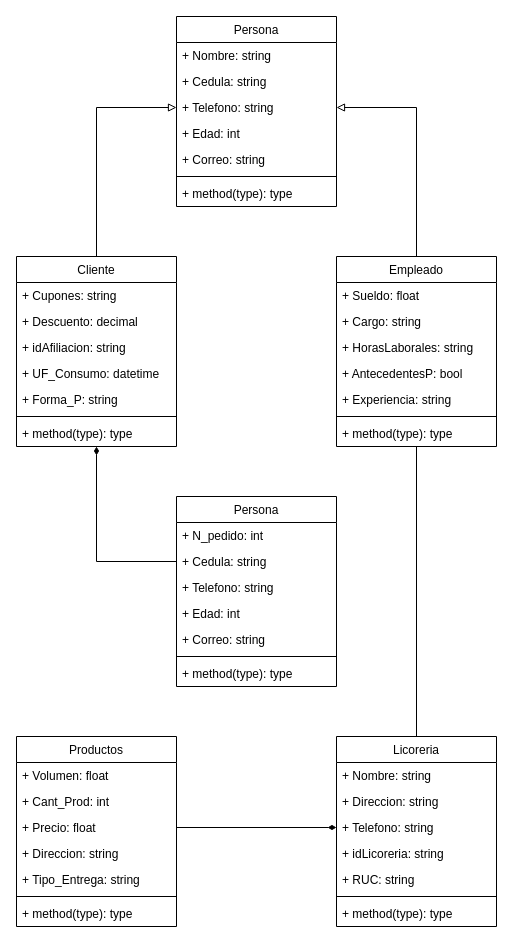
The draw.io diagram licor.drawio in espadadeabsorcion/funciones-sencillas, before the edit. Source tidied: cells renumbered, new cells numbered last; positions are measured from the earlier drawing's top-left corner, leaving out a move shared by most shapes. Both pictures are drawn from the tidied source at 100%, with x=0, y=0 at pixel (16, 16).
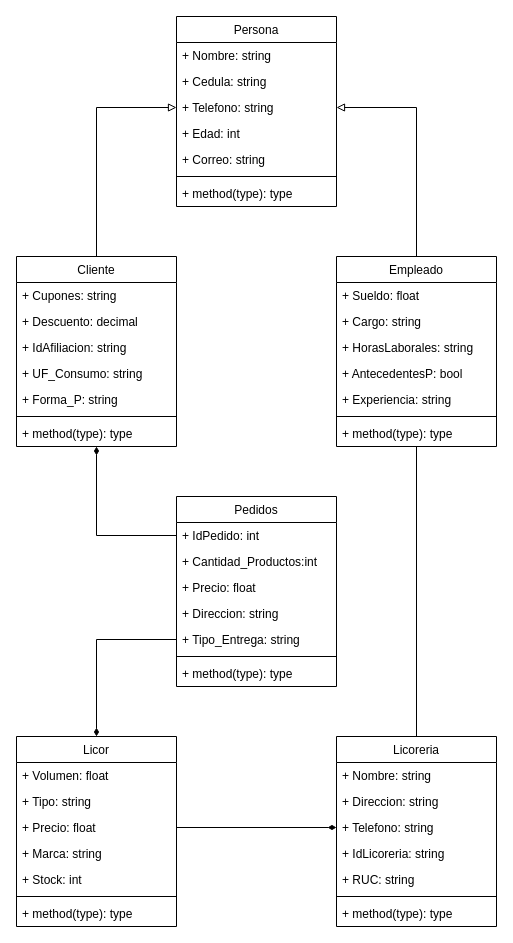
The same page after the edit.

Unchanged cells that the change refers to:
```xml
<mxCell id="18" value="Licoreria" style="swimlane;fontStyle=0;align=center;verticalAlign=top;horizontal=1;startSize=26;rounded=0;shadow=0;strokeWidth=1;" parent="1" vertex="1">
  <mxGeometry x="320" y="720" width="160" height="190" as="geometry" />
</mxCell>
<mxCell id="45" value="Cliente" style="swimlane;fontStyle=0;align=center;verticalAlign=top;horizontal=1;startSize=26;rounded=0;shadow=0;strokeWidth=1;" parent="1" vertex="1">
  <mxGeometry y="240" width="160" height="190" as="geometry" />
</mxCell>
```

Diff of the diagram source:
```diff
@@
-    <mxCell id="10" value="Persona" style="swimlane;fontStyle=0;align=center;verticalAlign=top;horizontal=1;startSize=26;rounded=0;shadow=0;strokeWidth=1;" parent="1" vertex="1">
+    <mxCell id="10" value="Pedidos" style="swimlane;fontStyle=0;align=center;verticalAlign=top;horizontal=1;startSize=26;rounded=0;shadow=0;strokeWidth=1;" parent="1" vertex="1">
       <mxGeometry x="160" y="480" width="160" height="190" as="geometry" />
     </mxCell>
-    <mxCell id="11" value="+ N_pedido: int" style="text;align=left;verticalAlign=top;spacingLeft=4;spacingRight=4;overflow=hidden;points=[[0,0.5],[1,0.5]];portConstraint=eastwest;" parent="10" vertex="1">
+    <mxCell id="11" value="+ IdPedido: int" style="text;align=left;verticalAlign=top;spacingLeft=4;spacingRight=4;overflow=hidden;points=[[0,0.5],[1,0.5]];portConstraint=eastwest;" parent="10" vertex="1">
       <mxGeometry y="26" width="160" height="26" as="geometry" />
     </mxCell>
-    <mxCell id="12" value="+ Cedula: string" style="text;align=left;verticalAlign=top;spacingLeft=4;spacingRight=4;overflow=hidden;points=[[0,0.5],[1,0.5]];portConstraint=eastwest;rounded=0;shadow=0;html=0;" parent="10" vertex="1">
+    <mxCell id="12" value="+ Cantidad_Productos:int" style="text;align=left;verticalAlign=top;spacingLeft=4;spacingRight=4;overflow=hidden;points=[[0,0.5],[1,0.5]];portConstraint=eastwest;rounded=0;shadow=0;html=0;" parent="10" vertex="1">
       <mxGeometry y="52" width="160" height="26" as="geometry" />
     </mxCell>
-    <mxCell id="13" value="+ Telefono: string" style="text;align=left;verticalAlign=top;spacingLeft=4;spacingRight=4;overflow=hidden;rounded=0;shadow=0;html=0;" parent="10" vertex="1">
+    <mxCell id="13" value="+ Precio: float" style="text;align=left;verticalAlign=top;spacingLeft=4;spacingRight=4;overflow=hidden;rounded=0;shadow=0;html=0;" parent="10" vertex="1">
       <mxGeometry y="78" width="160" height="26" as="geometry" />
     </mxCell>
-    <mxCell id="14" value="+ Edad: int" style="text;align=left;verticalAlign=top;spacingLeft=4;spacingRight=4;overflow=hidden;rounded=0;shadow=0;html=0;" parent="10" vertex="1">
+    <mxCell id="14" value="+ Direccion: string" style="text;align=left;verticalAlign=top;spacingLeft=4;spacingRight=4;overflow=hidden;rounded=0;shadow=0;html=0;" parent="10" vertex="1">
       <mxGeometry y="104" width="160" height="26" as="geometry" />
     </mxCell>
-    <mxCell id="15" value="+ Correo: string" style="text;align=left;verticalAlign=top;spacingLeft=4;spacingRight=4;overflow=hidden;points=[[0,0.5],[1,0.5]];portConstraint=eastwest;rounded=0;shadow=0;html=0;" parent="10" vertex="1">
+    <mxCell id="15" value="+ Tipo_Entrega: string" style="text;align=left;verticalAlign=top;spacingLeft=4;spacingRight=4;overflow=hidden;points=[[0,0.5],[1,0.5]];portConstraint=eastwest;rounded=0;shadow=0;html=0;" parent="10" vertex="1">
       <mxGeometry y="130" width="160" height="26" as="geometry" />
     </mxCell>
@@
-    <mxCell id="22" value="+ idLicoreria: string" style="text;align=left;verticalAlign=top;spacingLeft=4;spacingRight=4;overflow=hidden;rounded=0;shadow=0;html=0;" parent="18" vertex="1">
+    <mxCell id="22" value="+ IdLicoreria: string" style="text;align=left;verticalAlign=top;spacingLeft=4;spacingRight=4;overflow=hidden;rounded=0;shadow=0;html=0;" parent="18" vertex="1">
       <mxGeometry y="104" width="160" height="26" as="geometry" />
     </mxCell>
@@
-    <mxCell id="26" value="Productos" style="swimlane;fontStyle=0;align=center;verticalAlign=top;horizontal=1;startSize=26;rounded=0;shadow=0;strokeWidth=1;" parent="1" vertex="1">
+    <mxCell id="26" value="Licor" style="swimlane;fontStyle=0;align=center;verticalAlign=top;horizontal=1;startSize=26;rounded=0;shadow=0;strokeWidth=1;" parent="1" vertex="1">
       <mxGeometry y="720" width="160" height="190" as="geometry" />
     </mxCell>
@@
-    <mxCell id="28" value="+ Cant_Prod: int" style="text;align=left;verticalAlign=top;spacingLeft=4;spacingRight=4;overflow=hidden;rounded=0;shadow=0;html=0;" parent="26" vertex="1">
+    <mxCell id="28" value="+ Tipo: string" style="text;align=left;verticalAlign=top;spacingLeft=4;spacingRight=4;overflow=hidden;rounded=0;shadow=0;html=0;" parent="26" vertex="1">
       <mxGeometry y="52" width="160" height="26" as="geometry" />
     </mxCell>
@@
-    <mxCell id="30" value="+ Direccion: string" style="text;align=left;verticalAlign=top;spacingLeft=4;spacingRight=4;overflow=hidden;rounded=0;shadow=0;html=0;" parent="26" vertex="1">
+    <mxCell id="30" value="+ Marca: string" style="text;align=left;verticalAlign=top;spacingLeft=4;spacingRight=4;overflow=hidden;rounded=0;shadow=0;html=0;" parent="26" vertex="1">
       <mxGeometry y="104" width="160" height="26" as="geometry" />
     </mxCell>
-    <mxCell id="31" value="+ Tipo_Entrega: string" style="text;align=left;verticalAlign=top;spacingLeft=4;spacingRight=4;overflow=hidden;rounded=0;shadow=0;html=0;" parent="26" vertex="1">
+    <mxCell id="31" value="+ Stock: int" style="text;align=left;verticalAlign=top;spacingLeft=4;spacingRight=4;overflow=hidden;rounded=0;shadow=0;html=0;" parent="26" vertex="1">
       <mxGeometry y="130" width="160" height="26" as="geometry" />
     </mxCell>
@@
-    <mxCell id="48" value="+ idAfiliacion: string" style="text;align=left;verticalAlign=top;spacingLeft=4;spacingRight=4;overflow=hidden;rounded=0;shadow=0;html=0;" parent="45" vertex="1">
+    <mxCell id="48" value="+ IdAfiliacion: string" style="text;align=left;verticalAlign=top;spacingLeft=4;spacingRight=4;overflow=hidden;rounded=0;shadow=0;html=0;" parent="45" vertex="1">
       <mxGeometry y="78" width="160" height="26" as="geometry" />
     </mxCell>
-    <mxCell id="49" value="+ UF_Consumo: datetime" style="text;align=left;verticalAlign=top;spacingLeft=4;spacingRight=4;overflow=hidden;rounded=0;shadow=0;html=0;" parent="45" vertex="1">
+    <mxCell id="49" value="+ UF_Consumo: string" style="text;align=left;verticalAlign=top;spacingLeft=4;spacingRight=4;overflow=hidden;rounded=0;shadow=0;html=0;" parent="45" vertex="1">
       <mxGeometry y="104" width="160" height="26" as="geometry" />
     </mxCell>
@@
-    <mxCell id="54" style="edgeStyle=orthogonalEdgeStyle;rounded=0;jettySize=auto;html=1;exitX=0;exitY=0.5;exitDx=0;exitDy=0;entryX=0.5;entryY=1;entryDx=0;entryDy=0;endArrow=diamondThin;endFill=1;" parent="1" edge="1" source="12" target="45">
+    <mxCell id="54" style="edgeStyle=orthogonalEdgeStyle;rounded=0;jettySize=auto;html=1;exitX=0;exitY=0.5;exitDx=0;exitDy=0;entryX=0.5;entryY=1;entryDx=0;entryDy=0;endArrow=diamondThin;endFill=1;" parent="1" edge="1" source="11" target="45">
       <mxGeometry relative="1" as="geometry" />
     </mxCell>
+    <mxCell id="55" style="edgeStyle=orthogonalEdgeStyle;rounded=0;jettySize=auto;html=1;exitX=0;exitY=0.5;exitDx=0;exitDy=0;endArrow=diamondThin;endFill=1;" parent="1" edge="1" source="15" target="26">
+      <mxGeometry relative="1" as="geometry" />
+    </mxCell>
```
